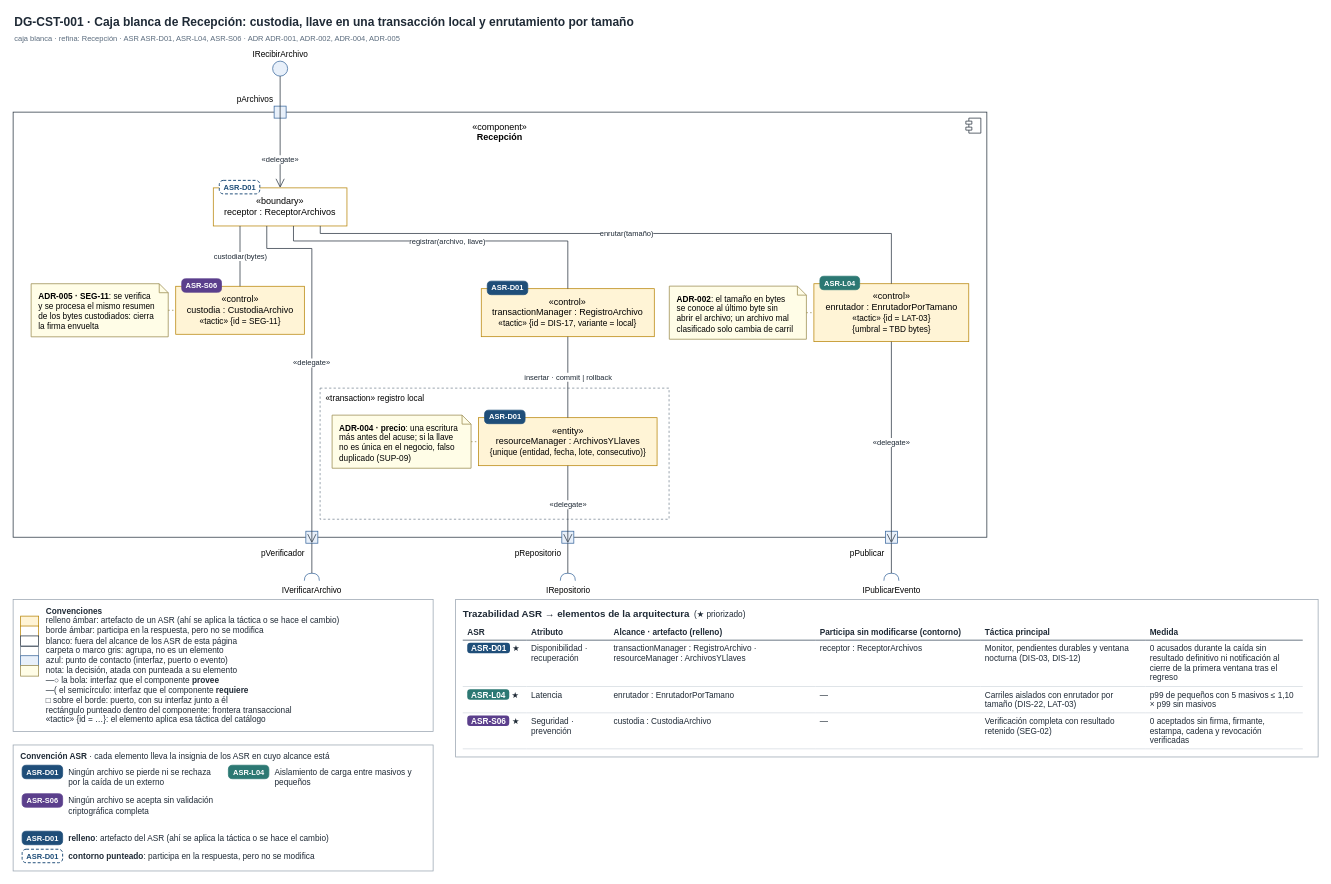
The draw.io diagram page "DG-CST-001 · Recepción (caja blanca)" (2 of 4) of docs/modelos/drawio/vista-componentes.drawio in MATI-MBIT/arqsoft-reto-4, before the edit. Source tidied: cells renumbered, new cells numbered last; positions are measured from the earlier drawing's top-left corner, leaving out a move shared by most shapes. Both pictures are drawn from the tidied source at 75%, with x=0, y=0 at pixel (13, 13).
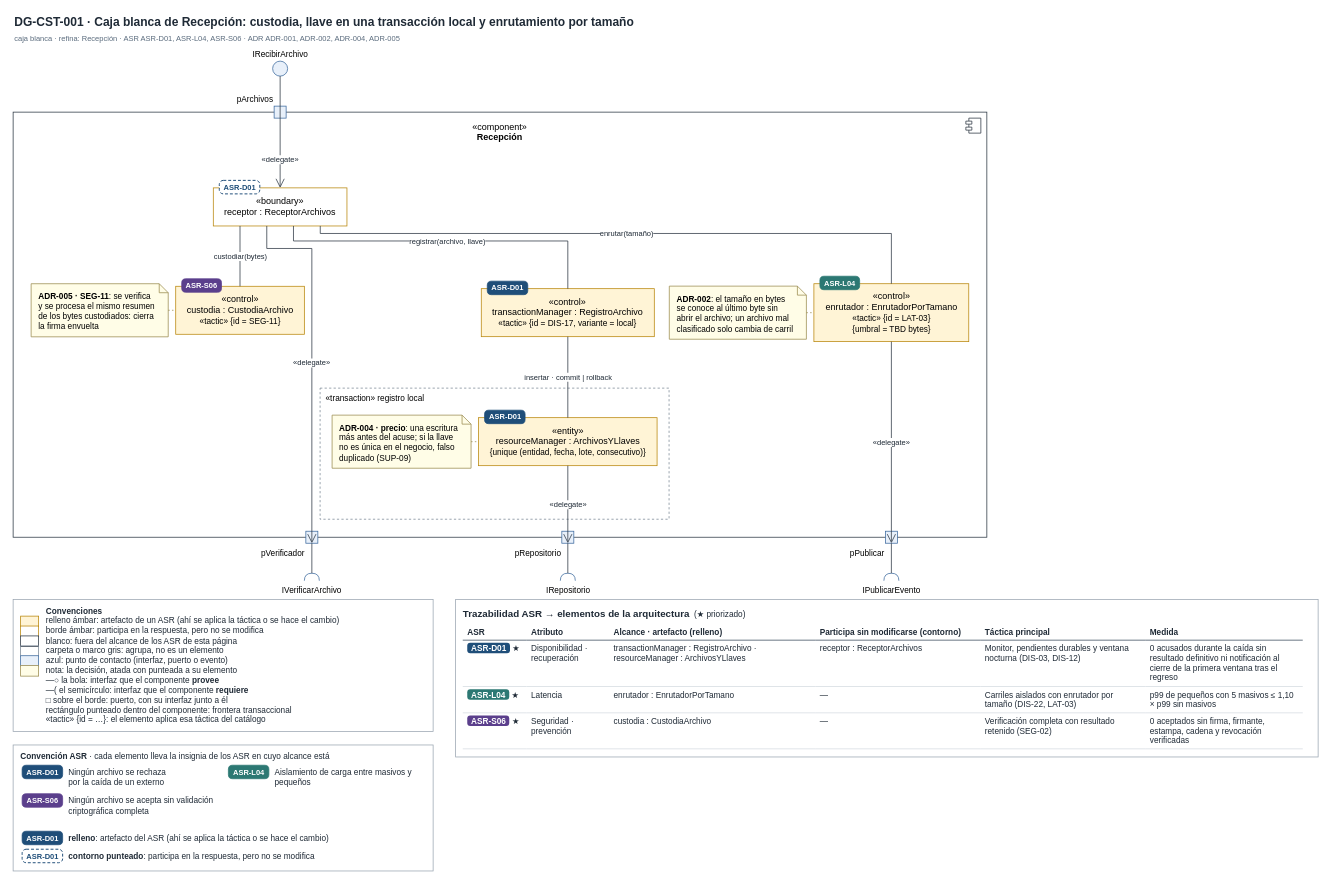
The same page after the edit.

Unchanged cells that the change refers to:
```xml
<mxCell id="50" value="&lt;b&gt;Convención ASR&lt;/b&gt; · cada elemento lleva la insignia de los ASR en cuyo alcance está" style="text;rounded=0;whiteSpace=wrap;html=1;fillColor=#FFFFFF;strokeColor=#9AA5B1;align=left;verticalAlign=top;spacingLeft=8;spacingTop=2;fontFamily=Helvetica;fontSize=11;fontColor=#1F2A36;" parent="1" vertex="1">
  <mxGeometry y="975.8" width="560" height="168" as="geometry" />
</mxCell>
```

The edit, as a diff of the source:
```diff
@@
-    <mxCell id="52" value="Ningún archivo se pierde ni se rechaza&lt;br&gt;por la caída de un externo" style="text;html=1;align=left;verticalAlign=middle;fontFamily=Helvetica;fontSize=11;fontColor=#1F2A36;" parent="50" vertex="1">
+    <mxCell id="52" value="Ningún archivo se rechaza&lt;br&gt;por la caída de un externo" style="text;html=1;align=left;verticalAlign=middle;fontFamily=Helvetica;fontSize=11;fontColor=#1F2A36;" parent="50" vertex="1">
       <mxGeometry x="72" y="26" width="207" height="34" as="geometry" />
     </mxCell>
```
